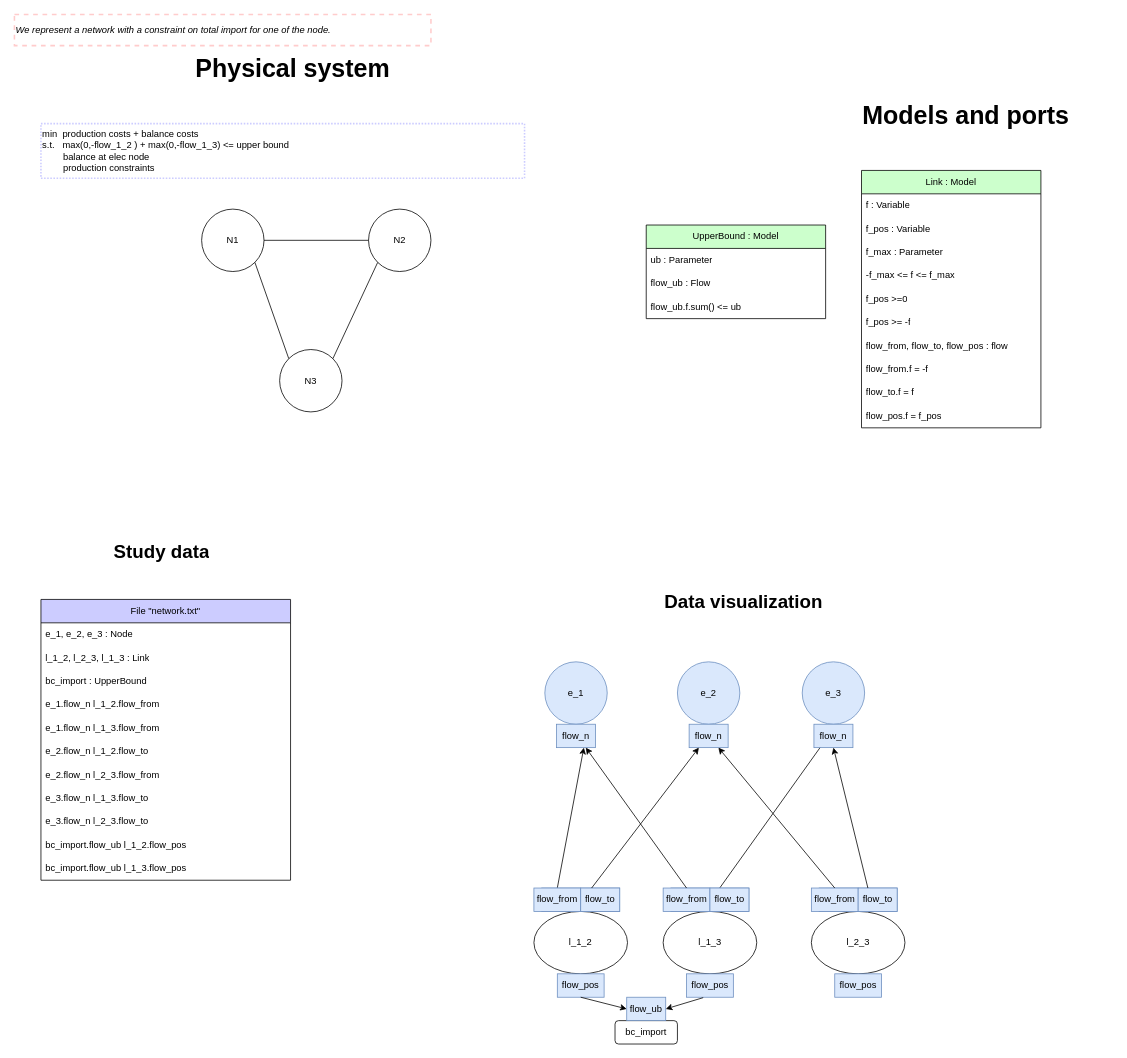
This is models-design/systems/bc_total_import.drawio from AntaresSimulatorTeam/andromede-modeling-prototype, a draw.io file, before an edit. Source tidied: cells renumbered, new cells numbered last; positions are measured from the earlier drawing's top-left corner, leaving out a move shared by most shapes. Both pictures are drawn from the tidied source at 78%, with x=0, y=0 at pixel (14, 14).
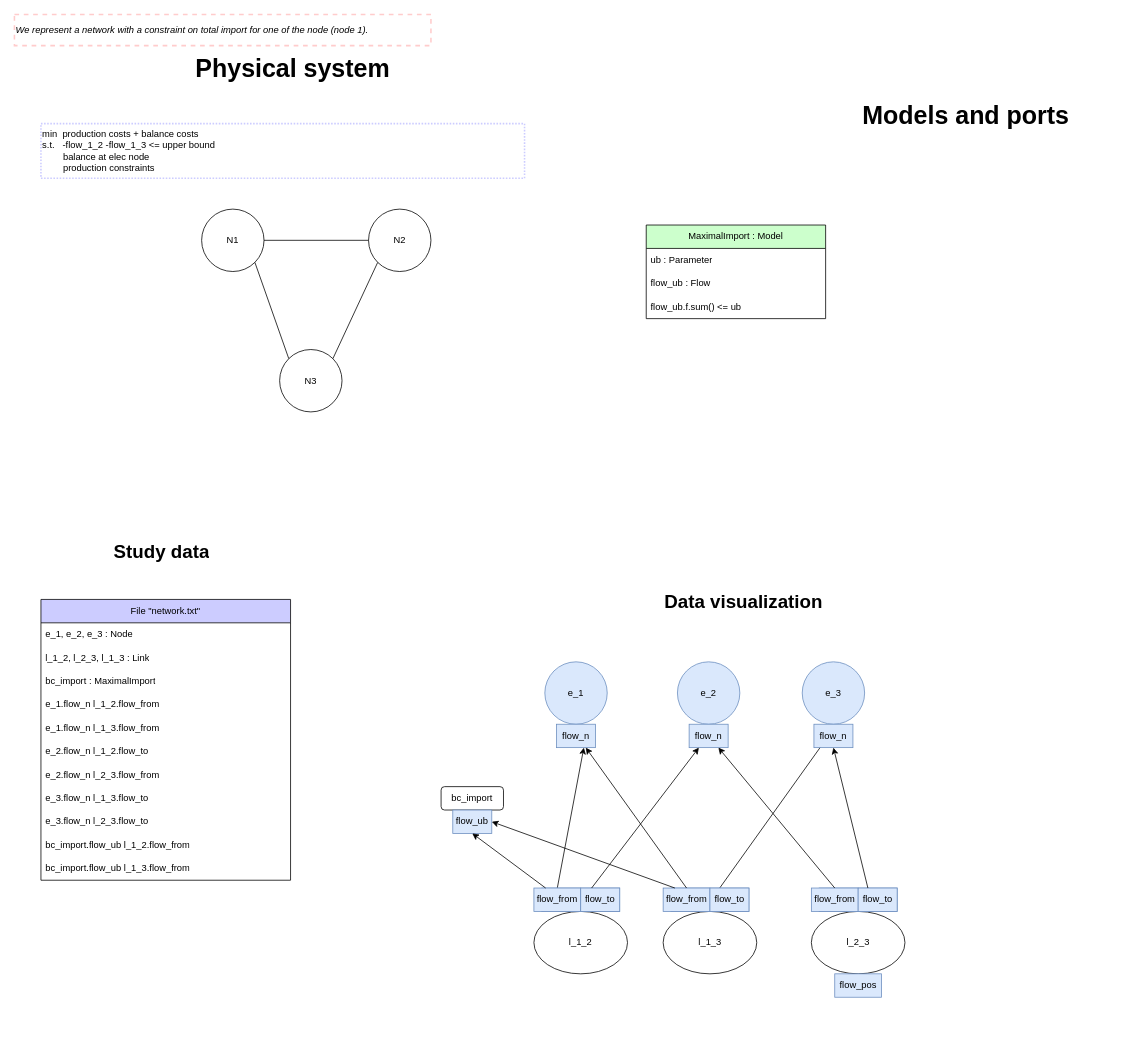
The same diagram, later.

Commit message:
Change model to take into account total import on a node

The change refers to these unchanged cells:
```xml
<mxCell id="15" style="group;" parent="1" vertex="1">
  <mxGeometry x="666" y="1120" width="121.7" height="150" as="geometry" />
</mxCell>
<mxCell id="18" value="flow_from" style="rounded=0;whiteSpace=wrap;html=1;fillColor=#dae8fc;strokeColor=#6c8ebf;" parent="17" vertex="1">
  <mxGeometry x="-10" width="60" height="30" as="geometry" />
</mxCell>
<mxCell id="21" style="group;" parent="1" vertex="1">
  <mxGeometry x="831.7" y="1120" width="121.7" height="140" as="geometry" />
</mxCell>
<mxCell id="24" value="flow_from" style="rounded=0;whiteSpace=wrap;html=1;fillColor=#dae8fc;strokeColor=#6c8ebf;" parent="23" vertex="1">
  <mxGeometry x="-10" width="60" height="30" as="geometry" />
</mxCell>
<mxCell id="44" value="File &quot;network.txt&quot;" style="swimlane;fontStyle=0;horizontal=1;startSize=30;whiteSpace=wrap;html=1;fillColor=#ccccff;" parent="1" vertex="1">
  <mxGeometry x="34" y="750" width="320" height="360" as="geometry" />
</mxCell>
```

Change to the diagram source:
```diff
@@
-    <mxCell id="20" value="flow_pos" style="rounded=0;whiteSpace=wrap;html=1;fillColor=#dae8fc;strokeColor=#6c8ebf;" parent="15" vertex="1">
-      <mxGeometry x="30" y="110" width="60" height="30" as="geometry" />
-    </mxCell>
@@
-    <mxCell id="26" value="flow_pos" style="rounded=0;whiteSpace=wrap;html=1;fillColor=#dae8fc;strokeColor=#6c8ebf;" parent="21" vertex="1">
-      <mxGeometry x="30" y="110" width="60" height="30" as="geometry" />
-    </mxCell>
@@
-    <mxCell id="47" value="bc_import : UpperBound" style="text;strokeColor=none;fillColor=none;align=left;verticalAlign=middle;spacingLeft=4;spacingRight=4;overflow=hidden;whiteSpace=wrap;html=1;" parent="44" vertex="1">
+    <mxCell id="47" value="bc_import : MaximalImport" style="text;strokeColor=none;fillColor=none;align=left;verticalAlign=middle;spacingLeft=4;spacingRight=4;overflow=hidden;whiteSpace=wrap;html=1;" parent="44" vertex="1">
       <mxGeometry y="90" width="320" height="30" as="geometry" />
     </mxCell>
@@
-    <mxCell id="54" value="bc_import.flow_ub l_1_2.flow_pos" style="text;strokeColor=none;fillColor=none;align=left;verticalAlign=middle;spacingLeft=4;spacingRight=4;overflow=hidden;whiteSpace=wrap;html=1;" parent="44" vertex="1">
+    <mxCell id="54" value="bc_import.flow_ub l_1_2.flow_from" style="text;strokeColor=none;fillColor=none;align=left;verticalAlign=middle;spacingLeft=4;spacingRight=4;overflow=hidden;whiteSpace=wrap;html=1;" parent="44" vertex="1">
       <mxGeometry y="300" width="320" height="30" as="geometry" />
     </mxCell>
-    <mxCell id="55" value="bc_import.flow_ub l_1_3.flow_pos" style="text;strokeColor=none;fillColor=none;align=left;verticalAlign=middle;spacingLeft=4;spacingRight=4;overflow=hidden;whiteSpace=wrap;html=1;" parent="44" vertex="1">
+    <mxCell id="55" value="bc_import.flow_ub l_1_3.flow_from" style="text;strokeColor=none;fillColor=none;align=left;verticalAlign=middle;spacingLeft=4;spacingRight=4;overflow=hidden;whiteSpace=wrap;html=1;" parent="44" vertex="1">
       <mxGeometry y="330" width="320" height="30" as="geometry" />
     </mxCell>
@@
-    <mxCell id="57" value="min&amp;nbsp;&amp;nbsp;&lt;span style=&quot;&quot;&gt;&lt;/span&gt;production costs + balance costs&lt;br&gt;s.t.&amp;nbsp;&lt;span style=&quot;&quot;&gt;&amp;nbsp; max(0,-flow_1_2 ) + max(0,-flow_1_3) &amp;lt;= upper bound&lt;/span&gt;&amp;nbsp;&amp;nbsp;&lt;br&gt;&lt;span style=&quot;&quot;&gt;&#9;&lt;/span&gt;&lt;span style=&quot;white-space: pre;&quot;&gt;&#9;&lt;/span&gt;balance at elec node&lt;br&gt;&lt;span style=&quot;&quot;&gt;&#9;&lt;/span&gt;&lt;span style=&quot;white-space: pre;&quot;&gt;&#9;&lt;/span&gt;production constraints" style="text;html=1;strokeColor=#CCCCFF;fillColor=none;align=left;verticalAlign=middle;whiteSpace=wrap;rounded=0;dashed=1;dashPattern=1 1;strokeWidth=2;" parent="1" vertex="1">
+    <mxCell id="57" value="min&amp;nbsp;&amp;nbsp;&lt;span style=&quot;&quot;&gt;&lt;/span&gt;production costs + balance costs&lt;br&gt;s.t.&amp;nbsp;&lt;span style=&quot;&quot;&gt;&amp;nbsp; -flow_1_2 -flow_1_3 &amp;lt;= upper bound&lt;/span&gt;&amp;nbsp;&amp;nbsp;&lt;br&gt;&lt;span style=&quot;&quot;&gt;&#9;&lt;/span&gt;&lt;span style=&quot;white-space: pre;&quot;&gt;&#9;&lt;/span&gt;balance at elec node&lt;br&gt;&lt;span style=&quot;&quot;&gt;&#9;&lt;/span&gt;&lt;span style=&quot;white-space: pre;&quot;&gt;&#9;&lt;/span&gt;production constraints" style="text;html=1;strokeColor=#CCCCFF;fillColor=none;align=left;verticalAlign=middle;whiteSpace=wrap;rounded=0;dashed=1;dashPattern=1 1;strokeWidth=2;" parent="1" vertex="1">
       <mxGeometry x="34" y="140" width="620" height="70" as="geometry" />
     </mxCell>
-    <mxCell id="58" value="&lt;i&gt;We represent a network with a constraint on total import for one of the node.&lt;/i&gt;" style="text;html=1;strokeColor=#FFCCCC;fillColor=none;align=left;verticalAlign=middle;whiteSpace=wrap;rounded=0;dashed=1;strokeWidth=2;" parent="1" vertex="1">
+    <mxCell id="58" value="&lt;i&gt;We represent a network with a constraint on total import for one of the node (node 1).&lt;/i&gt;" style="text;html=1;strokeColor=#FFCCCC;fillColor=none;align=left;verticalAlign=middle;whiteSpace=wrap;rounded=0;dashed=1;strokeWidth=2;" parent="1" vertex="1">
       <mxGeometry width="534" height="40" as="geometry" />
     </mxCell>
-    <mxCell id="59" value="Link : Model" style="swimlane;fontStyle=0;horizontal=1;startSize=30;whiteSpace=wrap;html=1;fillColor=#CCFFCC;" parent="1" vertex="1">
-      <mxGeometry x="1086" y="200" width="230" height="330" as="geometry" />
-    </mxCell>
-    <mxCell id="60" value="f : Variable" style="text;strokeColor=none;fillColor=none;align=left;verticalAlign=middle;spacingLeft=4;spacingRight=4;overflow=hidden;whiteSpace=wrap;html=1;" parent="59" vertex="1">
-      <mxGeometry y="30" width="230" height="30" as="geometry" />
-    </mxCell>
-    <mxCell id="61" value="f_pos : Variable" style="text;strokeColor=none;fillColor=none;align=left;verticalAlign=middle;spacingLeft=4;spacingRight=4;overflow=hidden;whiteSpace=wrap;html=1;" parent="59" vertex="1">
-      <mxGeometry y="60" width="230" height="30" as="geometry" />
-    </mxCell>
-    <mxCell id="62" value="f_max : Parameter" style="text;strokeColor=none;fillColor=none;align=left;verticalAlign=middle;spacingLeft=4;spacingRight=4;overflow=hidden;whiteSpace=wrap;html=1;" parent="59" vertex="1">
-      <mxGeometry y="90" width="230" height="30" as="geometry" />
-    </mxCell>
-    <mxCell id="63" value="-f_max &amp;lt;= f &amp;lt;= f_max" style="text;strokeColor=none;fillColor=none;align=left;verticalAlign=middle;spacingLeft=4;spacingRight=4;overflow=hidden;whiteSpace=wrap;html=1;" parent="59" vertex="1">
-      <mxGeometry y="120" width="230" height="30" as="geometry" />
-    </mxCell>
-    <mxCell id="64" value="f_pos &amp;gt;=0" style="text;strokeColor=none;fillColor=none;align=left;verticalAlign=middle;spacingLeft=4;spacingRight=4;overflow=hidden;whiteSpace=wrap;html=1;" parent="59" vertex="1">
-      <mxGeometry y="150" width="230" height="30" as="geometry" />
-    </mxCell>
-    <mxCell id="65" value="f_pos &amp;gt;= -f" style="text;strokeColor=none;fillColor=none;align=left;verticalAlign=middle;spacingLeft=4;spacingRight=4;overflow=hidden;whiteSpace=wrap;html=1;" parent="59" vertex="1">
-      <mxGeometry y="180" width="230" height="30" as="geometry" />
-    </mxCell>
-    <mxCell id="66" value="flow_from, flow_to, flow_pos : flow" style="text;strokeColor=none;fillColor=none;align=left;verticalAlign=middle;spacingLeft=4;spacingRight=4;overflow=hidden;whiteSpace=wrap;html=1;" parent="59" vertex="1">
-      <mxGeometry y="210" width="230" height="30" as="geometry" />
-    </mxCell>
-    <mxCell id="67" value="flow_from.f = -f" style="text;strokeColor=none;fillColor=none;align=left;verticalAlign=middle;spacingLeft=4;spacingRight=4;overflow=hidden;whiteSpace=wrap;html=1;" parent="59" vertex="1">
-      <mxGeometry y="240" width="230" height="30" as="geometry" />
-    </mxCell>
-    <mxCell id="68" value="flow_to.f = f" style="text;strokeColor=none;fillColor=none;align=left;verticalAlign=middle;spacingLeft=4;spacingRight=4;overflow=hidden;whiteSpace=wrap;html=1;" parent="59" vertex="1">
-      <mxGeometry y="270" width="230" height="30" as="geometry" />
-    </mxCell>
-    <mxCell id="69" value="flow_pos.f = f_pos" style="text;strokeColor=none;fillColor=none;align=left;verticalAlign=middle;spacingLeft=4;spacingRight=4;overflow=hidden;whiteSpace=wrap;html=1;" parent="59" vertex="1">
-      <mxGeometry y="300" width="230" height="30" as="geometry" />
-    </mxCell>
-    <mxCell id="70" value="UpperBound : Model" style="swimlane;fontStyle=0;horizontal=1;startSize=30;whiteSpace=wrap;html=1;fillColor=#CCFFCC;fontColor=#000000;" parent="1" vertex="1">
+    <mxCell id="70" value="MaximalImport : Model" style="swimlane;fontStyle=0;horizontal=1;startSize=30;whiteSpace=wrap;html=1;fillColor=#CCFFCC;fontColor=#000000;" parent="1" vertex="1">
       <mxGeometry x="810" y="270" width="230" height="120" as="geometry" />
     </mxCell>
@@
     <mxCell id="74" value="bc_import" style="rounded=1;whiteSpace=wrap;html=1;" parent="1" vertex="1">
-      <mxGeometry x="770" y="1290" width="80" height="30" as="geometry" />
+      <mxGeometry x="547" y="990" width="80" height="30" as="geometry" />
     </mxCell>
     <mxCell id="75" value="flow_ub" style="rounded=0;whiteSpace=wrap;html=1;fillColor=#dae8fc;strokeColor=#6c8ebf;" parent="1" vertex="1">
-      <mxGeometry x="785" y="1260" width="50" height="30" as="geometry" />
+      <mxGeometry x="562" y="1020" width="50" height="30" as="geometry" />
     </mxCell>
-    <mxCell id="76" style="endArrow=classic;html=1;rounded=0;exitX=0.5;exitY=1;exitDx=0;exitDy=0;entryX=0;entryY=0.5;entryDx=0;entryDy=0;" parent="1" edge="1" source="20" target="75">
+    <mxCell id="76" style="endArrow=classic;html=1;rounded=0;exitX=0.25;exitY=0;exitDx=0;exitDy=0;entryX=0.5;entryY=1;entryDx=0;entryDy=0;" parent="1" edge="1" source="18" target="75">
       <mxGeometry relative="1" as="geometry" />
     </mxCell>
-    <mxCell id="77" style="endArrow=classic;html=1;rounded=0;exitX=0.356;exitY=1.018;exitDx=0;exitDy=0;entryX=1;entryY=0.5;entryDx=0;entryDy=0;exitPerimeter=0;" parent="1" edge="1" source="26" target="75">
+    <mxCell id="77" style="endArrow=classic;html=1;rounded=0;exitX=0.25;exitY=0;exitDx=0;exitDy=0;entryX=1;entryY=0.5;entryDx=0;entryDy=0;" parent="1" edge="1" source="24" target="75">
       <mxGeometry relative="1" as="geometry" />
     </mxCell>
```
